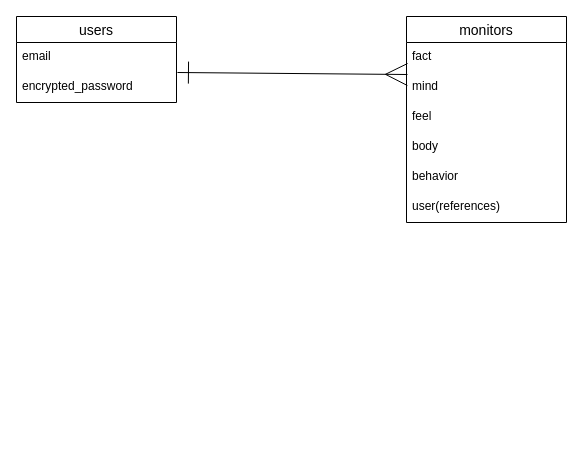
iguanakun/mental keeps this draw.io diagram as ER-mental.dio. Above is the earlier version. Source tidied: cells renumbered, new cells numbered last; positions are measured from the earlier drawing's top-left corner, leaving out a move shared by most shapes. Both pictures are drawn from the tidied source at 100%, with x=0, y=0 at pixel (16, 16).
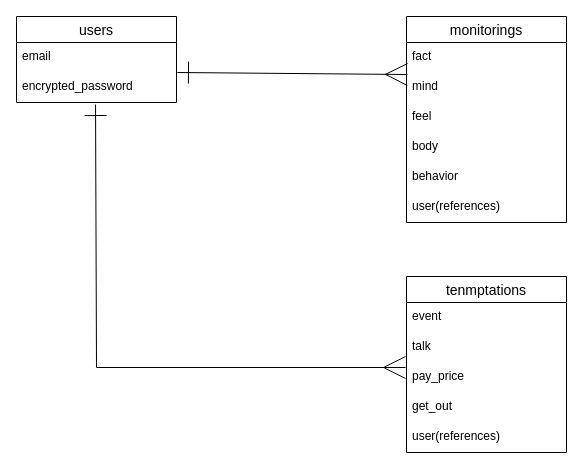
The same diagram, later.

Commit message (it also covers changes not shown here):
脱フュージョン_データベース設計

The change refers to these unchanged cells:
```xml
<mxCell id="4" value="encrypted_password" style="text;strokeColor=none;fillColor=none;spacingLeft=4;spacingRight=4;overflow=hidden;points=[[0,0.5],[1,0.5]];portConstraint=eastwest;fontSize=12;" parent="2" vertex="1">
  <mxGeometry y="56" width="160" height="30" as="geometry" />
</mxCell>
```

Diff of the diagram source:
```diff
@@
-    <mxCell id="5" value="monitors" style="swimlane;fontStyle=0;horizontal=1;startSize=26;align=center;fontSize=14;" parent="1" vertex="1">
+    <mxCell id="5" value="monitorings" style="swimlane;fontStyle=0;horizontal=1;startSize=26;align=center;fontSize=14;" parent="1" vertex="1">
       <mxGeometry x="390" width="160" height="206" as="geometry" />
     </mxCell>
@@
+    <mxCell id="13" value="tenmptations" style="swimlane;fontStyle=0;horizontal=1;startSize=26;align=center;fontSize=14;" parent="1" vertex="1">
+      <mxGeometry x="390" y="260" width="160" height="176" as="geometry" />
+    </mxCell>
+    <mxCell id="14" value="event" style="text;strokeColor=none;fillColor=none;spacingLeft=4;spacingRight=4;overflow=hidden;fontSize=12;" parent="13" vertex="1">
+      <mxGeometry y="26" width="160" height="30" as="geometry" />
+    </mxCell>
+    <mxCell id="15" value="talk" style="text;strokeColor=none;fillColor=none;spacingLeft=4;spacingRight=4;overflow=hidden;fontSize=12;" parent="13" vertex="1">
+      <mxGeometry y="56" width="160" height="30" as="geometry" />
+    </mxCell>
+    <mxCell id="16" value="pay_price" style="text;strokeColor=none;fillColor=none;spacingLeft=4;spacingRight=4;overflow=hidden;points=[[0,0.5],[1,0.5]];portConstraint=eastwest;fontSize=12;" parent="13" vertex="1">
+      <mxGeometry y="86" width="160" height="30" as="geometry" />
+    </mxCell>
+    <mxCell id="17" value="get_out" style="text;strokeColor=none;fillColor=none;spacingLeft=4;spacingRight=4;overflow=hidden;fontSize=12;" parent="13" vertex="1">
+      <mxGeometry y="116" width="160" height="30" as="geometry" />
+    </mxCell>
+    <mxCell id="18" value="user(references)" style="text;strokeColor=none;fillColor=none;spacingLeft=4;spacingRight=4;overflow=hidden;fontSize=12;" parent="13" vertex="1">
+      <mxGeometry y="146" width="160" height="30" as="geometry" />
+    </mxCell>
+    <mxCell id="19" style="endArrow=ERmany;html=1;rounded=0;entryX=-0.006;entryY=0.167;entryDx=0;entryDy=0;entryPerimeter=0;startArrow=ERone;startFill=0;targetPerimeterSpacing=12;endSize=20;endFill=0;sourcePerimeterSpacing=-10;startSize=20;strokeWidth=1;exitX=0.494;exitY=1.067;exitDx=0;exitDy=0;exitPerimeter=0;" parent="1" edge="1" source="4" target="16">
+      <mxGeometry relative="1" as="geometry">
+        <Array as="points">
+          <mxPoint x="80" y="351" />
+        </Array>
+      </mxGeometry>
+    </mxCell>
```
